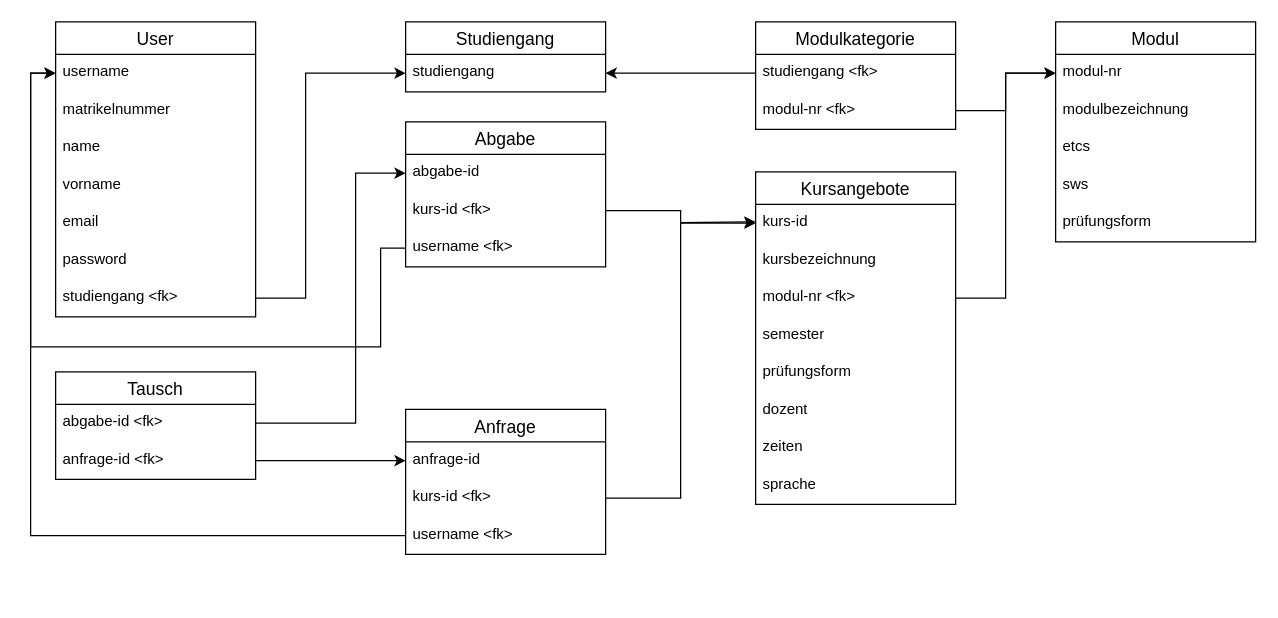
FynnKlette/Project-FSWD keeps this draw.io diagram as Notes/ERM.drawio. Above is the earlier version. Source tidied: cells renumbered, new cells numbered last; positions are measured from the earlier drawing's top-left corner, leaving out a move shared by most shapes. Both pictures are drawn from the tidied source at 125%, with x=0, y=0 at pixel (30, 21).
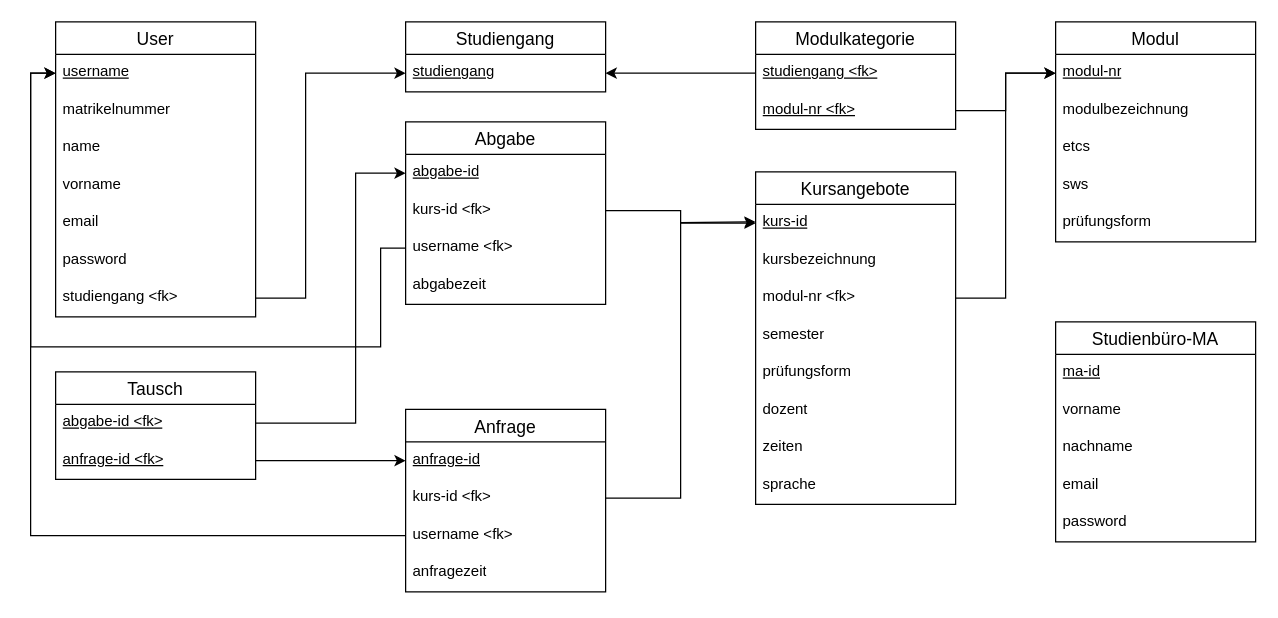
The same page after the edit.

Unchanged cells that the change refers to:
```xml
<mxCell id="2" value="User" style="swimlane;fontStyle=0;horizontal=1;startSize=26;align=center;fontSize=14;" parent="1" vertex="1">
  <mxGeometry x="20" width="160" height="236" as="geometry" />
</mxCell>
<mxCell id="10" value="Studiengang" style="swimlane;fontStyle=0;horizontal=1;startSize=26;align=center;fontSize=14;" parent="1" vertex="1">
  <mxGeometry x="300" width="160" height="56" as="geometry" />
</mxCell>
<mxCell id="12" value="Modul" style="swimlane;fontStyle=0;horizontal=1;startSize=26;align=center;fontSize=14;" parent="1" vertex="1">
  <mxGeometry x="820" width="160" height="176" as="geometry" />
</mxCell>
<mxCell id="18" value="Kursangebote" style="swimlane;fontStyle=0;horizontal=1;startSize=26;align=center;fontSize=14;" parent="1" vertex="1">
  <mxGeometry x="580" y="120" width="160" height="266" as="geometry" />
</mxCell>
<mxCell id="27" value="Modulkategorie" style="swimlane;fontStyle=0;horizontal=1;startSize=26;align=center;fontSize=14;" parent="1" vertex="1">
  <mxGeometry x="580" width="160" height="86" as="geometry" />
</mxCell>
<mxCell id="39" value="Tausch" style="swimlane;fontStyle=0;horizontal=1;startSize=26;align=center;fontSize=14;" parent="1" vertex="1">
  <mxGeometry x="20" y="280" width="160" height="86" as="geometry" />
</mxCell>
```

Change to the diagram source:
```diff
@@
-    <mxCell id="3" value="username" style="text;strokeColor=none;fillColor=none;spacingLeft=4;spacingRight=4;overflow=hidden;points=[[0,0.5],[1,0.5]];portConstraint=eastwest;fontSize=12;whiteSpace=wrap;html=1;" parent="2" vertex="1">
+    <mxCell id="3" value="&lt;u&gt;username&lt;/u&gt;" style="text;strokeColor=none;fillColor=none;spacingLeft=4;spacingRight=4;overflow=hidden;points=[[0,0.5],[1,0.5]];portConstraint=eastwest;fontSize=12;whiteSpace=wrap;html=1;" parent="2" vertex="1">
       <mxGeometry y="26" width="160" height="30" as="geometry" />
     </mxCell>
@@
-    <mxCell id="11" value="studiengang" style="text;strokeColor=none;fillColor=none;spacingLeft=4;spacingRight=4;overflow=hidden;points=[[0,0.5],[1,0.5]];portConstraint=eastwest;fontSize=12;whiteSpace=wrap;html=1;" parent="10" vertex="1">
+    <mxCell id="11" value="&lt;u&gt;studiengang&lt;/u&gt;" style="text;strokeColor=none;fillColor=none;spacingLeft=4;spacingRight=4;overflow=hidden;points=[[0,0.5],[1,0.5]];portConstraint=eastwest;fontSize=12;whiteSpace=wrap;html=1;" parent="10" vertex="1">
       <mxGeometry y="26" width="160" height="30" as="geometry" />
     </mxCell>
@@
-    <mxCell id="13" value="modul-nr" style="text;strokeColor=none;fillColor=none;spacingLeft=4;spacingRight=4;overflow=hidden;points=[[0,0.5],[1,0.5]];portConstraint=eastwest;fontSize=12;whiteSpace=wrap;html=1;" parent="12" vertex="1">
+    <mxCell id="13" value="&lt;u&gt;modul-nr&lt;/u&gt;" style="text;strokeColor=none;fillColor=none;spacingLeft=4;spacingRight=4;overflow=hidden;points=[[0,0.5],[1,0.5]];portConstraint=eastwest;fontSize=12;whiteSpace=wrap;html=1;" parent="12" vertex="1">
       <mxGeometry y="26" width="160" height="30" as="geometry" />
     </mxCell>
@@
-    <mxCell id="19" value="kurs-id" style="text;strokeColor=none;fillColor=none;spacingLeft=4;spacingRight=4;overflow=hidden;points=[[0,0.5],[1,0.5]];portConstraint=eastwest;fontSize=12;whiteSpace=wrap;html=1;" parent="18" vertex="1">
+    <mxCell id="19" value="&lt;u&gt;kurs-id&lt;/u&gt;" style="text;strokeColor=none;fillColor=none;spacingLeft=4;spacingRight=4;overflow=hidden;points=[[0,0.5],[1,0.5]];portConstraint=eastwest;fontSize=12;whiteSpace=wrap;html=1;" parent="18" vertex="1">
       <mxGeometry y="26" width="160" height="30" as="geometry" />
     </mxCell>
@@
-    <mxCell id="28" value="studiengang &amp;lt;fk&amp;gt;" style="text;strokeColor=none;fillColor=none;spacingLeft=4;spacingRight=4;overflow=hidden;points=[[0,0.5],[1,0.5]];portConstraint=eastwest;fontSize=12;whiteSpace=wrap;html=1;" parent="27" vertex="1">
+    <mxCell id="28" value="&lt;u&gt;studiengang &amp;lt;fk&amp;gt;&lt;/u&gt;" style="text;strokeColor=none;fillColor=none;spacingLeft=4;spacingRight=4;overflow=hidden;points=[[0,0.5],[1,0.5]];portConstraint=eastwest;fontSize=12;whiteSpace=wrap;html=1;" parent="27" vertex="1">
       <mxGeometry y="26" width="160" height="30" as="geometry" />
     </mxCell>
-    <mxCell id="29" value="modul-nr &amp;lt;fk&amp;gt;" style="text;strokeColor=none;fillColor=none;spacingLeft=4;spacingRight=4;overflow=hidden;points=[[0,0.5],[1,0.5]];portConstraint=eastwest;fontSize=12;whiteSpace=wrap;html=1;" parent="27" vertex="1">
+    <mxCell id="29" value="&lt;u&gt;modul-nr &amp;lt;fk&amp;gt;&lt;/u&gt;" style="text;strokeColor=none;fillColor=none;spacingLeft=4;spacingRight=4;overflow=hidden;points=[[0,0.5],[1,0.5]];portConstraint=eastwest;fontSize=12;whiteSpace=wrap;html=1;" parent="27" vertex="1">
       <mxGeometry y="56" width="160" height="30" as="geometry" />
     </mxCell>
     <mxCell id="30" value="Abgabe" style="swimlane;fontStyle=0;horizontal=1;startSize=26;align=center;fontSize=14;" parent="1" vertex="1">
-      <mxGeometry x="300" y="80" width="160" height="116" as="geometry" />
+      <mxGeometry x="300" y="80" width="160" height="146" as="geometry" />
     </mxCell>
-    <mxCell id="31" value="abgabe-id" style="text;strokeColor=none;fillColor=none;spacingLeft=4;spacingRight=4;overflow=hidden;points=[[0,0.5],[1,0.5]];portConstraint=eastwest;fontSize=12;whiteSpace=wrap;html=1;" parent="30" vertex="1">
+    <mxCell id="31" value="&lt;u&gt;abgabe-id&lt;/u&gt;" style="text;strokeColor=none;fillColor=none;spacingLeft=4;spacingRight=4;overflow=hidden;points=[[0,0.5],[1,0.5]];portConstraint=eastwest;fontSize=12;whiteSpace=wrap;html=1;" parent="30" vertex="1">
       <mxGeometry y="26" width="160" height="30" as="geometry" />
     </mxCell>
@@
+    <mxCell id="51" value="abgabezeit" style="text;strokeColor=none;fillColor=none;spacingLeft=4;spacingRight=4;overflow=hidden;fontSize=12;whiteSpace=wrap;html=1;" parent="30" vertex="1">
+      <mxGeometry y="116" width="160" height="30" as="geometry" />
+    </mxCell>
     <mxCell id="35" value="Anfrage" style="swimlane;fontStyle=0;horizontal=1;startSize=26;align=center;fontSize=14;" parent="1" vertex="1">
-      <mxGeometry x="300" y="310" width="160" height="116" as="geometry" />
+      <mxGeometry x="300" y="310" width="160" height="146" as="geometry" />
     </mxCell>
-    <mxCell id="36" value="anfrage-id" style="text;strokeColor=none;fillColor=none;spacingLeft=4;spacingRight=4;overflow=hidden;points=[[0,0.5],[1,0.5]];portConstraint=eastwest;fontSize=12;whiteSpace=wrap;html=1;" parent="35" vertex="1">
+    <mxCell id="36" value="&lt;u&gt;anfrage-id&lt;/u&gt;" style="text;strokeColor=none;fillColor=none;spacingLeft=4;spacingRight=4;overflow=hidden;points=[[0,0.5],[1,0.5]];portConstraint=eastwest;fontSize=12;whiteSpace=wrap;html=1;" parent="35" vertex="1">
       <mxGeometry y="26" width="160" height="30" as="geometry" />
     </mxCell>
@@
+    <mxCell id="52" value="anfragezeit" style="text;strokeColor=none;fillColor=none;spacingLeft=4;spacingRight=4;overflow=hidden;fontSize=12;whiteSpace=wrap;html=1;" parent="35" vertex="1">
+      <mxGeometry y="116" width="160" height="30" as="geometry" />
+    </mxCell>
@@
-    <mxCell id="40" value="abgabe-id &amp;lt;fk&amp;gt;" style="text;strokeColor=none;fillColor=none;spacingLeft=4;spacingRight=4;overflow=hidden;points=[[0,0.5],[1,0.5]];portConstraint=eastwest;fontSize=12;whiteSpace=wrap;html=1;" parent="39" vertex="1">
+    <mxCell id="40" value="&lt;u&gt;abgabe-id &amp;lt;fk&amp;gt;&lt;/u&gt;" style="text;strokeColor=none;fillColor=none;spacingLeft=4;spacingRight=4;overflow=hidden;points=[[0,0.5],[1,0.5]];portConstraint=eastwest;fontSize=12;whiteSpace=wrap;html=1;" parent="39" vertex="1">
       <mxGeometry y="26" width="160" height="30" as="geometry" />
     </mxCell>
-    <mxCell id="41" value="anfrage-id &amp;lt;fk&amp;gt;" style="text;strokeColor=none;fillColor=none;spacingLeft=4;spacingRight=4;overflow=hidden;points=[[0,0.5],[1,0.5]];portConstraint=eastwest;fontSize=12;whiteSpace=wrap;html=1;" parent="39" vertex="1">
+    <mxCell id="41" value="&lt;u&gt;anfrage-id &amp;lt;fk&amp;gt;&lt;/u&gt;" style="text;strokeColor=none;fillColor=none;spacingLeft=4;spacingRight=4;overflow=hidden;points=[[0,0.5],[1,0.5]];portConstraint=eastwest;fontSize=12;whiteSpace=wrap;html=1;" parent="39" vertex="1">
       <mxGeometry y="56" width="160" height="30" as="geometry" />
     </mxCell>
@@
+    <mxCell id="53" value="Studienbüro-MA" style="swimlane;fontStyle=0;horizontal=1;startSize=26;align=center;fontSize=14;" parent="1" vertex="1">
+      <mxGeometry x="820" y="240" width="160" height="176" as="geometry" />
+    </mxCell>
+    <mxCell id="54" value="&lt;u&gt;ma-id&lt;/u&gt;" style="text;strokeColor=none;fillColor=none;spacingLeft=4;spacingRight=4;overflow=hidden;fontSize=12;whiteSpace=wrap;html=1;" parent="53" vertex="1">
+      <mxGeometry y="26" width="160" height="30" as="geometry" />
+    </mxCell>
+    <mxCell id="55" value="vorname" style="text;strokeColor=none;fillColor=none;spacingLeft=4;spacingRight=4;overflow=hidden;fontSize=12;whiteSpace=wrap;html=1;" parent="53" vertex="1">
+      <mxGeometry y="56" width="160" height="30" as="geometry" />
+    </mxCell>
+    <mxCell id="56" value="nachname" style="text;strokeColor=none;fillColor=none;spacingLeft=4;spacingRight=4;overflow=hidden;fontSize=12;whiteSpace=wrap;html=1;" parent="53" vertex="1">
+      <mxGeometry y="86" width="160" height="30" as="geometry" />
+    </mxCell>
+    <mxCell id="57" value="email" style="text;strokeColor=none;fillColor=none;spacingLeft=4;spacingRight=4;overflow=hidden;fontSize=12;whiteSpace=wrap;html=1;" parent="53" vertex="1">
+      <mxGeometry y="116" width="160" height="30" as="geometry" />
+    </mxCell>
+    <mxCell id="58" value="password" style="text;strokeColor=none;fillColor=none;spacingLeft=4;spacingRight=4;overflow=hidden;fontSize=12;whiteSpace=wrap;html=1;" parent="53" vertex="1">
+      <mxGeometry y="146" width="160" height="30" as="geometry" />
+    </mxCell>
```
